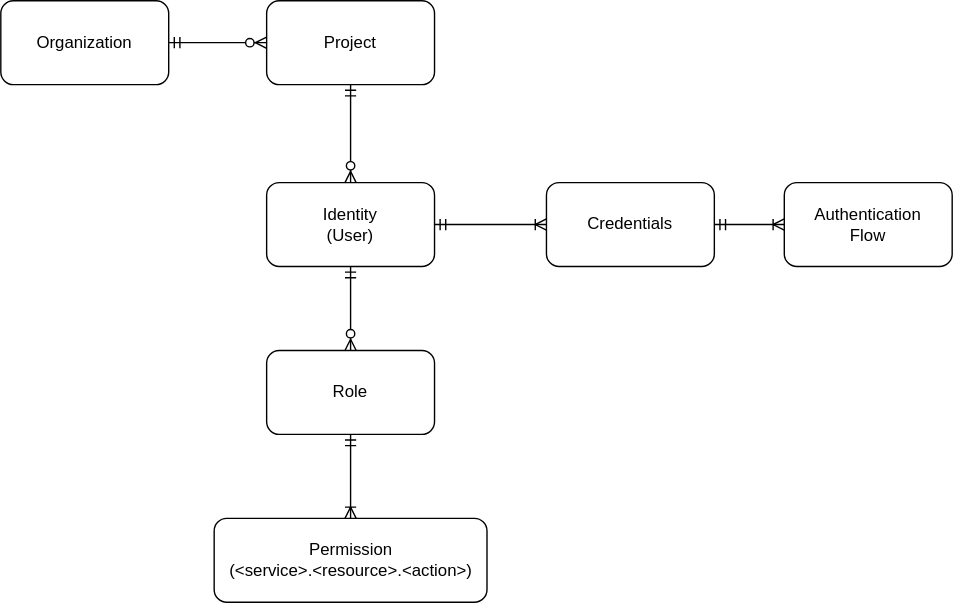
jveverka/iam-service keeps this draw.io diagram as docs/IAM-data-model.svg. Above is the earlier version. Source tidied: cells renumbered, new cells last; positions are measured from the earlier drawing's top-left corner, leaving out a move shared by most shapes.
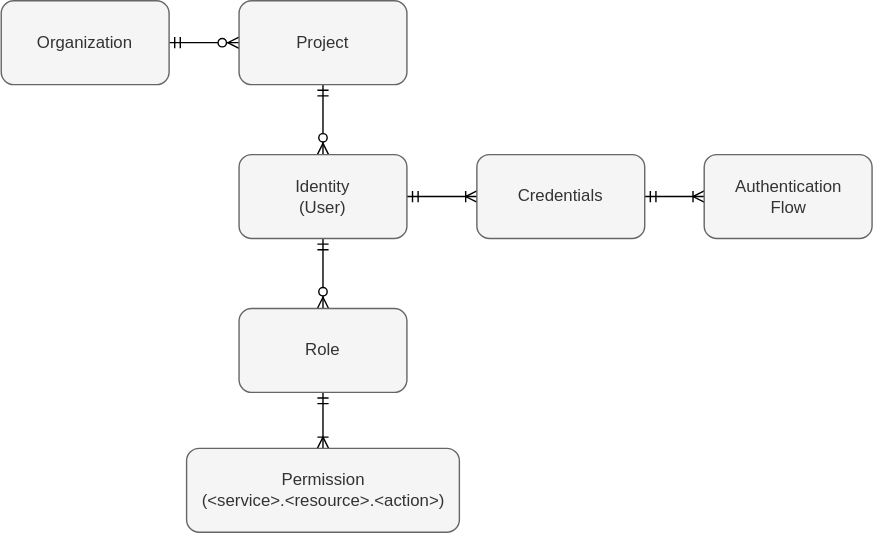
After the commit.

What changed in the source:
```diff
@@ -5,13 +5,13 @@
     <mxCell id="2" style="edgeStyle=none;rounded=0;jettySize=auto;html=1;startArrow=ERmandOne;startFill=0;endArrow=ERzeroToMany;endFill=1;" parent="1" edge="1" source="3" target="5">
       <mxGeometry relative="1" as="geometry" />
     </mxCell>
-    <mxCell id="3" value="Organization" style="rounded=1;whiteSpace=wrap;html=1;" parent="1" vertex="1">
-      <mxGeometry width="120" height="60" as="geometry" />
+    <mxCell id="3" value="Organization" style="rounded=1;whiteSpace=wrap;html=1;fillColor=#f5f5f5;strokeColor=#666666;fontColor=#333333;" parent="1" vertex="1">
+      <mxGeometry x="20" width="120" height="60" as="geometry" />
     </mxCell>
     <mxCell id="4" style="edgeStyle=none;rounded=0;jettySize=auto;html=1;startArrow=ERmandOne;startFill=0;endArrow=ERzeroToMany;endFill=1;" parent="1" edge="1" source="5" target="8">
       <mxGeometry relative="1" as="geometry" />
     </mxCell>
-    <mxCell id="5" value="Project" style="rounded=1;whiteSpace=wrap;html=1;" parent="1" vertex="1">
+    <mxCell id="5" value="Project" style="rounded=1;whiteSpace=wrap;html=1;fillColor=#f5f5f5;strokeColor=#666666;fontColor=#333333;" parent="1" vertex="1">
       <mxGeometry x="190" width="120" height="60" as="geometry" />
     </mxCell>
     <mxCell id="6" style="edgeStyle=none;rounded=0;jettySize=auto;html=1;startArrow=ERmandOne;startFill=0;endArrow=ERoneToMany;endFill=0;" parent="1" edge="1" source="8" target="10">
@@ -20,26 +20,26 @@
     <mxCell id="7" style="edgeStyle=none;rounded=0;jettySize=auto;html=1;startArrow=ERmandOne;startFill=0;endArrow=ERzeroToMany;endFill=1;" parent="1" edge="1" source="8" target="12">
       <mxGeometry relative="1" as="geometry" />
     </mxCell>
-    <mxCell id="8" value="Identity&lt;br&gt;(User)" style="rounded=1;whiteSpace=wrap;html=1;" parent="1" vertex="1">
-      <mxGeometry x="190" y="130" width="120" height="60" as="geometry" />
+    <mxCell id="8" value="Identity&lt;br&gt;(User)" style="rounded=1;whiteSpace=wrap;html=1;fillColor=#f5f5f5;strokeColor=#666666;fontColor=#333333;" parent="1" vertex="1">
+      <mxGeometry x="190" y="110" width="120" height="60" as="geometry" />
     </mxCell>
     <mxCell id="9" style="edgeStyle=none;rounded=0;jettySize=auto;html=1;startArrow=ERmandOne;startFill=0;endArrow=ERoneToMany;endFill=0;" parent="1" edge="1" source="10" target="14">
       <mxGeometry relative="1" as="geometry" />
     </mxCell>
-    <mxCell id="10" value="Credentials" style="rounded=1;whiteSpace=wrap;html=1;" parent="1" vertex="1">
-      <mxGeometry x="390" y="130" width="120" height="60" as="geometry" />
+    <mxCell id="10" value="Credentials" style="rounded=1;whiteSpace=wrap;html=1;fillColor=#f5f5f5;strokeColor=#666666;fontColor=#333333;" parent="1" vertex="1">
+      <mxGeometry x="360" y="110" width="120" height="60" as="geometry" />
     </mxCell>
     <mxCell id="11" style="edgeStyle=none;rounded=0;jettySize=auto;html=1;startArrow=ERmandOne;startFill=0;endArrow=ERoneToMany;endFill=0;" parent="1" edge="1" source="12" target="13">
       <mxGeometry relative="1" as="geometry" />
     </mxCell>
-    <mxCell id="12" value="Role" style="rounded=1;whiteSpace=wrap;html=1;" parent="1" vertex="1">
-      <mxGeometry x="190" y="250" width="120" height="60" as="geometry" />
+    <mxCell id="12" value="Role" style="rounded=1;whiteSpace=wrap;html=1;fillColor=#f5f5f5;strokeColor=#666666;fontColor=#333333;" parent="1" vertex="1">
+      <mxGeometry x="190" y="220" width="120" height="60" as="geometry" />
     </mxCell>
-    <mxCell id="13" value="Permission&lt;br&gt;(&amp;lt;service&amp;gt;.&amp;lt;resource&amp;gt;.&amp;lt;action&amp;gt;)" style="rounded=1;whiteSpace=wrap;html=1;" parent="1" vertex="1">
-      <mxGeometry x="152.5" y="370" width="195" height="60" as="geometry" />
+    <mxCell id="13" value="Permission&lt;br&gt;(&amp;lt;service&amp;gt;.&amp;lt;resource&amp;gt;.&amp;lt;action&amp;gt;)" style="rounded=1;whiteSpace=wrap;html=1;fillColor=#f5f5f5;strokeColor=#666666;fontColor=#333333;" parent="1" vertex="1">
+      <mxGeometry x="152.5" y="320" width="195" height="60" as="geometry" />
     </mxCell>
-    <mxCell id="14" value="Authentication&lt;br&gt;Flow" style="rounded=1;whiteSpace=wrap;html=1;" parent="1" vertex="1">
-      <mxGeometry x="560" y="130" width="120" height="60" as="geometry" />
+    <mxCell id="14" value="Authentication&lt;br&gt;Flow" style="rounded=1;whiteSpace=wrap;html=1;fillColor=#f5f5f5;strokeColor=#666666;fontColor=#333333;" parent="1" vertex="1">
+      <mxGeometry x="522.5" y="110" width="120" height="60" as="geometry" />
     </mxCell>
   </root>
 </mxGraphModel>
```
